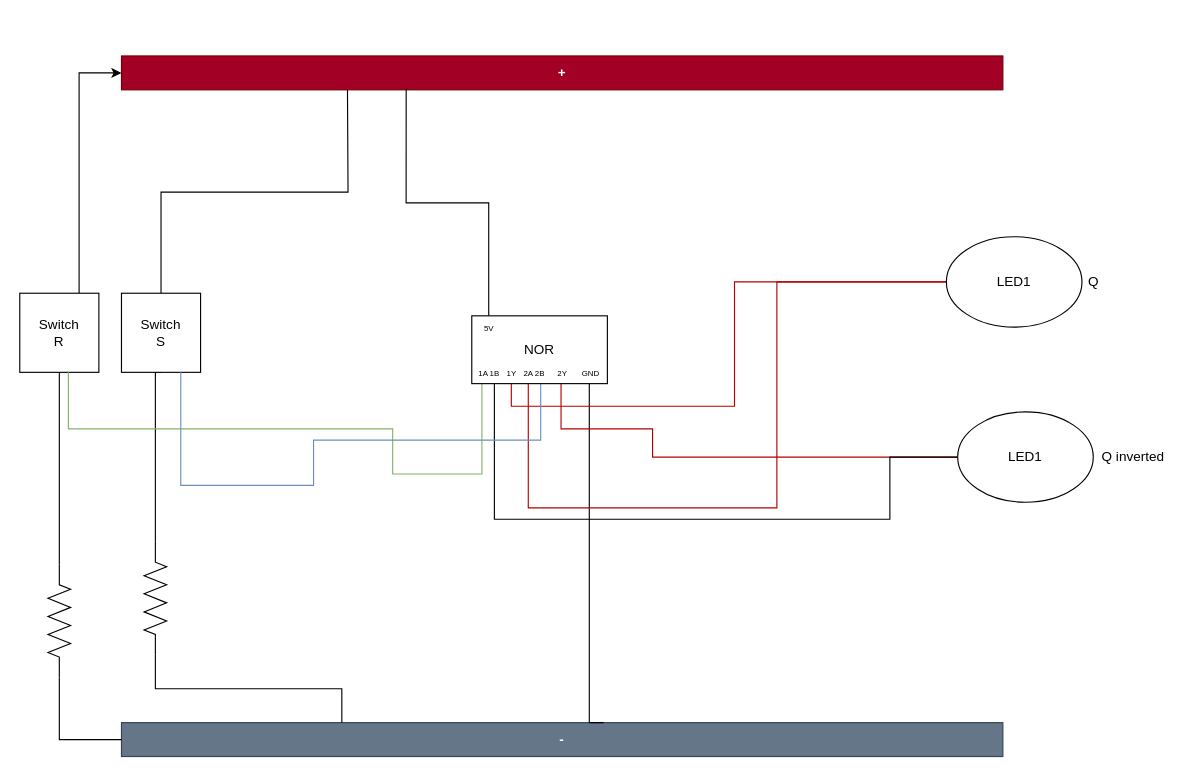
jamesma123/freeCodeCamp keeps this draw.io diagram as page "Page-1" (1 of 3) of lab 4.drawio. Above is the earlier version. Source tidied: cells renumbered, new cells numbered last; positions are measured from the earlier drawing's top-left corner, leaving out a move shared by most shapes. Both pictures are drawn from the tidied source at 113%, with x=0, y=0 at pixel (2, 55).
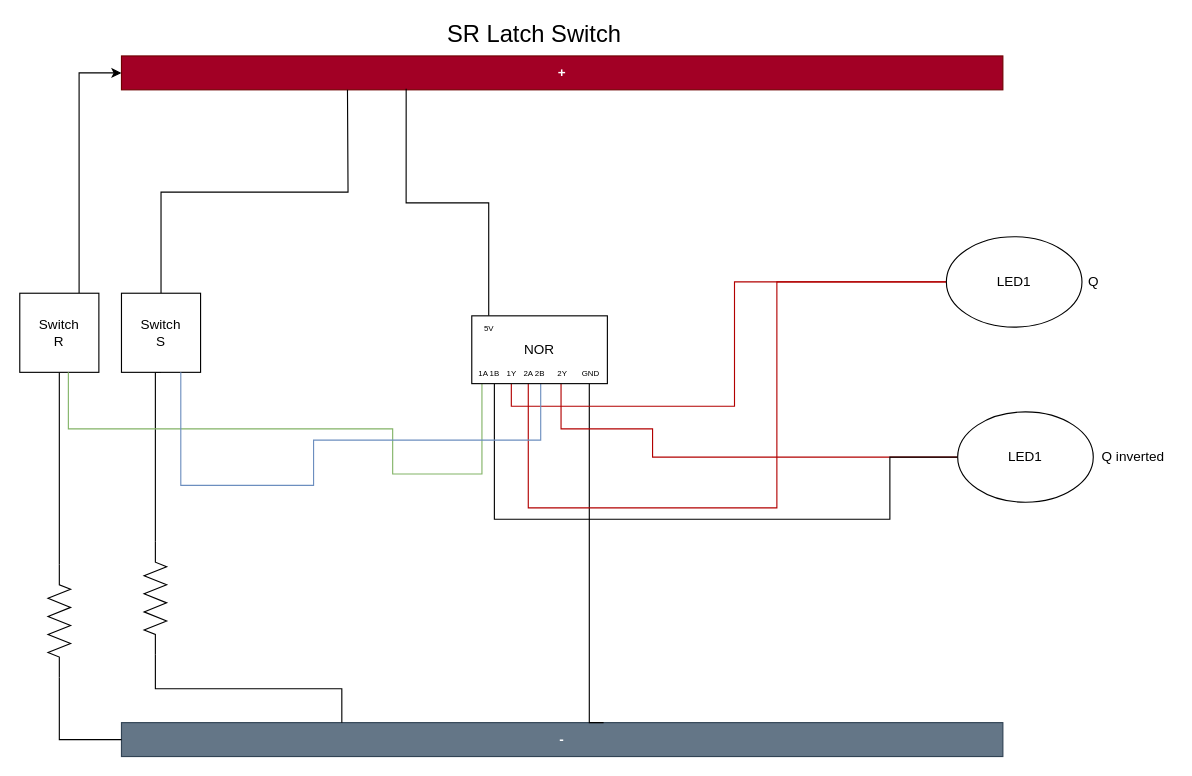
The same diagram, later.

Diff of the diagram source:
```diff
@@
+    <mxCell id="35" value="&lt;font style=&quot;font-size: 21px&quot;&gt;SR Latch Switch&lt;/font&gt;" style="text;html=1;align=center;verticalAlign=middle;fillColor=none;strokeColor=none;rounded=0;" parent="1" vertex="1">
+      <mxGeometry x="385" y="-30" width="170" height="20" as="geometry" />
+    </mxCell>
```
